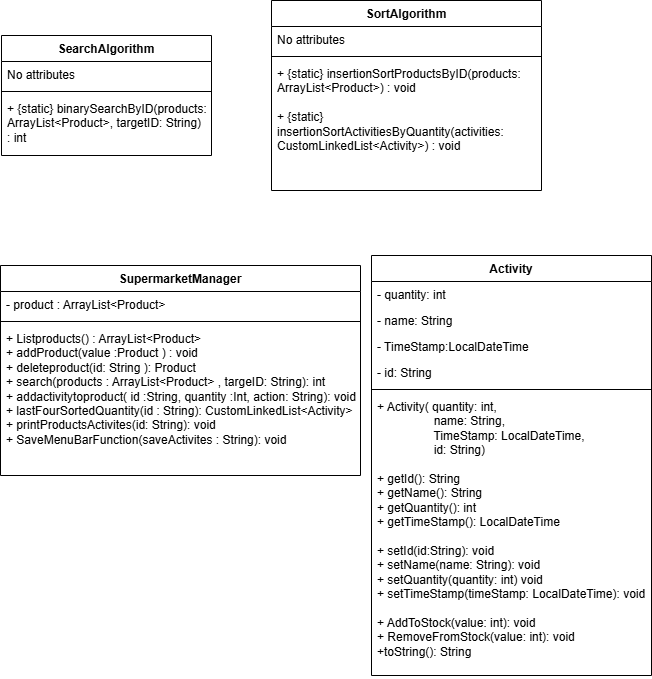
Earlier version of the draw.io export SupermarketMangementSystemUMLdiagram.drawio.png (helgabear26/CS5003-Coursework1-Supermarket-Project). Source tidied: cells renumbered, new cells last; positions are measured from the earlier drawing's top-left corner, leaving out a move shared by most shapes.
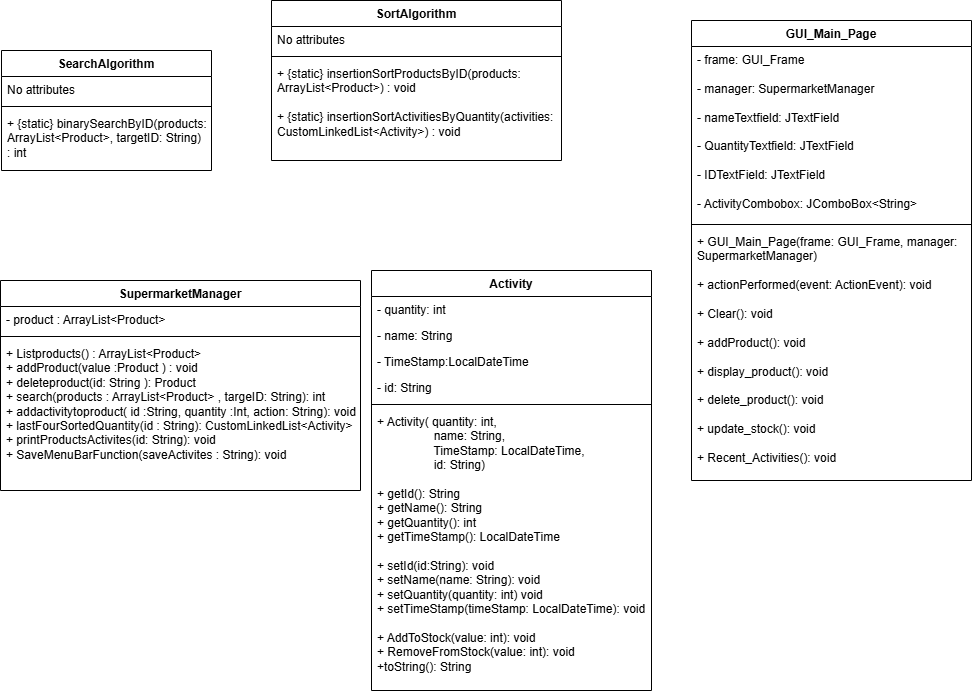
The same file after the commit.

The edit, as a diff of the source:
```diff
@@ -15,16 +15,16 @@
       <mxGeometry y="60" width="210" height="60" as="geometry" />
     </mxCell>
     <mxCell id="6" value="SortAlgorithm" style="swimlane;fontStyle=1;align=center;verticalAlign=top;horizontal=1;startSize=26;whiteSpace=wrap;html=1;" parent="1" vertex="1">
-      <mxGeometry x="271" width="270" height="190" as="geometry" />
+      <mxGeometry x="271" y="-15" width="290" height="160" as="geometry" />
     </mxCell>
     <mxCell id="7" value="No attributes" style="text;strokeColor=none;fillColor=none;align=left;verticalAlign=top;spacingLeft=4;spacingRight=4;overflow=hidden;whiteSpace=wrap;html=1;" parent="6" vertex="1">
-      <mxGeometry y="26" width="270" height="26" as="geometry" />
+      <mxGeometry y="26" width="290" height="26" as="geometry" />
     </mxCell>
     <mxCell id="8" style="line;strokeWidth=1;fillColor=none;align=left;verticalAlign=middle;spacingTop=-1;spacingLeft=3;spacingRight=3;labelPosition=right;strokeColor=inherit;" parent="6" vertex="1">
-      <mxGeometry y="52" width="270" height="8" as="geometry" />
+      <mxGeometry y="52" width="290" height="8" as="geometry" />
     </mxCell>
     <mxCell id="9" value="+ {static} insertionSortProductsByID(products: ArrayList&amp;lt;Product&amp;gt;) : void&lt;div&gt;&lt;br&gt;&lt;/div&gt;&lt;div&gt;+&amp;nbsp;&lt;span style=&quot;background-color: transparent; color: light-dark(rgb(0, 0, 0), rgb(255, 255, 255));&quot;&gt;{static} insertionSortActivitiesByQuantity(activities: CustomLinkedList&amp;lt;Activity&amp;gt;) : void&lt;/span&gt;&lt;/div&gt;" style="text;strokeColor=none;fillColor=none;align=left;verticalAlign=top;spacingLeft=4;spacingRight=4;overflow=hidden;whiteSpace=wrap;html=1;" parent="6" vertex="1">
-      <mxGeometry y="60" width="270" height="130" as="geometry" />
+      <mxGeometry y="60" width="290" height="100" as="geometry" />
     </mxCell>
     <mxCell id="10" value="Activity" style="swimlane;fontStyle=1;align=center;verticalAlign=top;horizontal=1;startSize=26;whiteSpace=wrap;html=1;" parent="1" vertex="1">
       <mxGeometry x="371" y="255" width="280" height="420" as="geometry" />
@@ -59,5 +59,17 @@
     <mxCell id="20" value="+ Listproducts() : ArrayList&amp;lt;Product&amp;gt;&lt;div&gt;+ addProduct(value :&lt;span style=&quot;background-color: transparent; color: light-dark(rgb(0, 0, 0), rgb(255, 255, 255));&quot;&gt;Product&lt;/span&gt;&lt;span style=&quot;background-color: transparent; color: light-dark(rgb(0, 0, 0), rgb(255, 255, 255));&quot;&gt;&amp;nbsp;&lt;/span&gt;&lt;span style=&quot;background-color: transparent; color: light-dark(rgb(0, 0, 0), rgb(255, 255, 255));&quot;&gt;) : void&lt;/span&gt;&lt;/div&gt;&lt;div&gt;+ deleteproduct(id:&amp;nbsp;&lt;span style=&quot;background-color: transparent; color: light-dark(rgb(0, 0, 0), rgb(255, 255, 255));&quot;&gt;String&lt;/span&gt;&lt;span style=&quot;background-color: transparent; color: light-dark(rgb(0, 0, 0), rgb(255, 255, 255));&quot;&gt;&amp;nbsp;&lt;/span&gt;&lt;span style=&quot;background-color: transparent; color: light-dark(rgb(0, 0, 0), rgb(255, 255, 255));&quot;&gt;): Product&lt;/span&gt;&lt;/div&gt;&lt;div&gt;+ search(products :&amp;nbsp;&lt;span style=&quot;background-color: transparent; color: light-dark(rgb(0, 0, 0), rgb(255, 255, 255));&quot;&gt;ArrayList&amp;lt;Product&amp;gt;&lt;/span&gt;&lt;span style=&quot;background-color: transparent; color: light-dark(rgb(0, 0, 0), rgb(255, 255, 255));&quot;&gt;&amp;nbsp;&lt;/span&gt;&lt;span style=&quot;background-color: transparent; color: light-dark(rgb(0, 0, 0), rgb(255, 255, 255));&quot;&gt;, targeID:&amp;nbsp;&lt;/span&gt;&lt;span style=&quot;background-color: transparent; color: light-dark(rgb(0, 0, 0), rgb(255, 255, 255));&quot;&gt;String)&lt;/span&gt;&lt;span style=&quot;background-color: transparent; color: light-dark(rgb(0, 0, 0), rgb(255, 255, 255));&quot;&gt;: int&lt;/span&gt;&lt;/div&gt;&lt;div&gt;+ addactivitytoproduct( id :&lt;span style=&quot;background-color: transparent; color: light-dark(rgb(0, 0, 0), rgb(255, 255, 255));&quot;&gt;String&lt;/span&gt;&lt;span style=&quot;background-color: transparent; color: light-dark(rgb(0, 0, 0), rgb(255, 255, 255));&quot;&gt;, quantity :Int, action:&amp;nbsp;&lt;/span&gt;&lt;span style=&quot;background-color: transparent; color: light-dark(rgb(0, 0, 0), rgb(255, 255, 255));&quot;&gt;String&lt;/span&gt;&lt;span style=&quot;background-color: transparent; color: light-dark(rgb(0, 0, 0), rgb(255, 255, 255));&quot;&gt;): void&lt;/span&gt;&lt;/div&gt;&lt;div&gt;+ lastFourSortedQuantity(id :&amp;nbsp;&lt;span style=&quot;background-color: transparent; color: light-dark(rgb(0, 0, 0), rgb(255, 255, 255));&quot;&gt;String&lt;/span&gt;&lt;span style=&quot;background-color: transparent; color: light-dark(rgb(0, 0, 0), rgb(255, 255, 255));&quot;&gt;): CustomLinkedList&amp;lt;Activity&amp;gt;&lt;/span&gt;&lt;/div&gt;&lt;div&gt;+ printProductsActivites(id: String): void&lt;/div&gt;&lt;div&gt;+ SaveMenuBarFunction(saveActivites : String): void&lt;/div&gt;&lt;div&gt;&lt;br&gt;&lt;/div&gt;&lt;div&gt;&lt;br&gt;&lt;/div&gt;" style="text;strokeColor=none;fillColor=none;align=left;verticalAlign=top;spacingLeft=4;spacingRight=4;overflow=hidden;whiteSpace=wrap;html=1;" parent="17" vertex="1">
       <mxGeometry y="60" width="360" height="150" as="geometry" />
     </mxCell>
+    <mxCell id="21" value="GUI_Main_Page" style="swimlane;fontStyle=1;align=center;verticalAlign=top;horizontal=1;startSize=26;whiteSpace=wrap;html=1;" parent="1" vertex="1">
+      <mxGeometry x="691" y="5" width="280" height="460" as="geometry" />
+    </mxCell>
+    <mxCell id="22" value="- frame: GUI_Frame&lt;div&gt;&lt;br&gt;&lt;div&gt;- manager: SupermarketManager&lt;/div&gt;&lt;/div&gt;&lt;div&gt;&lt;br&gt;&lt;/div&gt;&lt;div&gt;- nameTextfield: JTextField&lt;/div&gt;&lt;div&gt;&lt;br&gt;&lt;/div&gt;&lt;div&gt;- QuantityTextfield: JTextField&lt;/div&gt;&lt;div&gt;&lt;br&gt;&lt;/div&gt;&lt;div&gt;- IDTextField: JTextField&lt;/div&gt;&lt;div&gt;&lt;br&gt;&lt;/div&gt;&lt;div&gt;- ActivityCombobox: JComboBox&amp;lt;String&amp;gt;&lt;/div&gt;" style="text;strokeColor=none;fillColor=none;align=left;verticalAlign=top;spacingLeft=4;spacingRight=4;overflow=hidden;whiteSpace=wrap;html=1;" parent="21" vertex="1">
+      <mxGeometry y="26" width="280" height="174" as="geometry" />
+    </mxCell>
+    <mxCell id="23" style="line;strokeWidth=1;fillColor=none;align=left;verticalAlign=middle;spacingTop=-1;spacingLeft=3;spacingRight=3;labelPosition=right;strokeColor=inherit;" parent="21" vertex="1">
+      <mxGeometry y="200" width="280" height="8" as="geometry" />
+    </mxCell>
+    <mxCell id="24" value="+ GUI_Main_Page(frame: GUI_Frame, manager: SupermarketManager)&lt;div&gt;&lt;br&gt;&lt;/div&gt;&lt;div&gt;+ actionPerformed(event: ActionEvent): void&lt;/div&gt;&lt;div&gt;&lt;br&gt;&lt;/div&gt;&lt;div&gt;+ Clear(): void&lt;/div&gt;&lt;div&gt;&lt;br&gt;&lt;/div&gt;&lt;div&gt;+ addProduct(): void&lt;/div&gt;&lt;div&gt;&lt;br&gt;&lt;/div&gt;&lt;div&gt;+ display_product(): void&lt;/div&gt;&lt;div&gt;&lt;br&gt;&lt;/div&gt;&lt;div&gt;+ delete_product(): void&lt;/div&gt;&lt;div&gt;&lt;br&gt;&lt;/div&gt;&lt;div&gt;+ update_stock(): void&lt;/div&gt;&lt;div&gt;&lt;br&gt;&lt;/div&gt;&lt;div&gt;+ Recent_Activities(): void&lt;/div&gt;" style="text;strokeColor=none;fillColor=none;align=left;verticalAlign=top;spacingLeft=4;spacingRight=4;overflow=hidden;whiteSpace=wrap;html=1;" parent="21" vertex="1">
+      <mxGeometry y="208" width="280" height="252" as="geometry" />
+    </mxCell>
   </root>
 </mxGraphModel>
```
